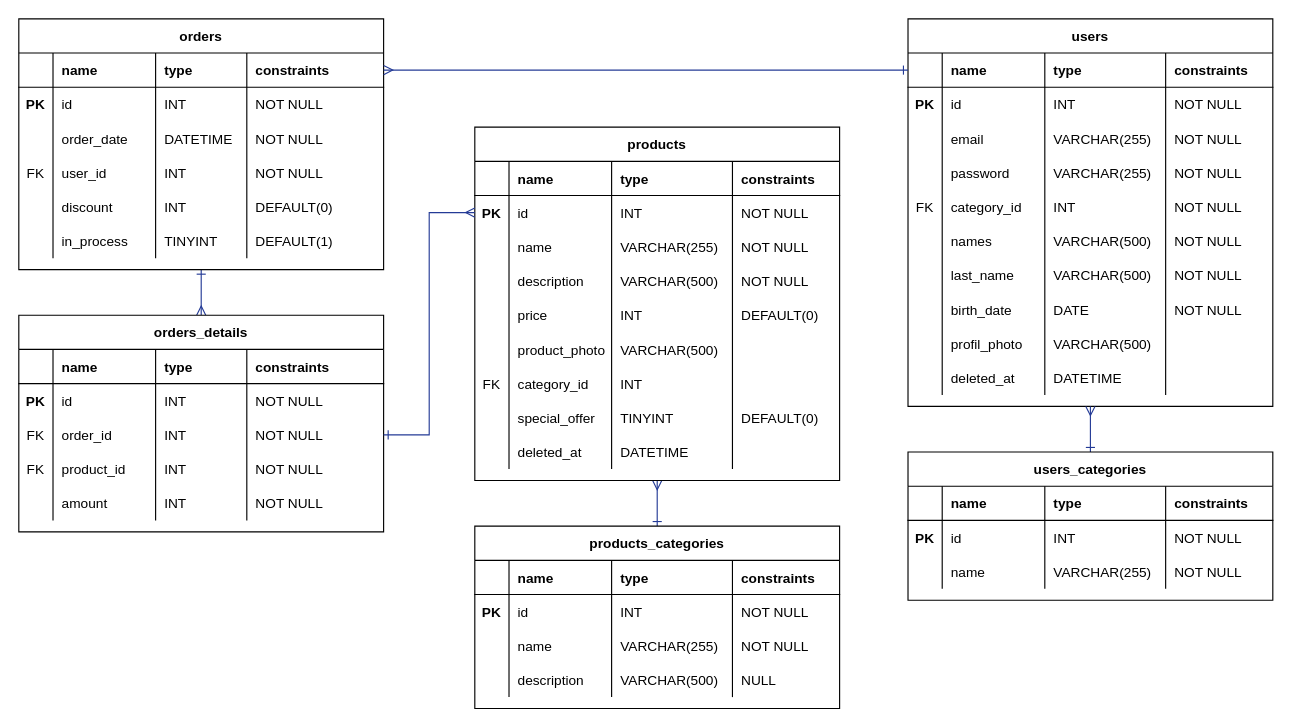
Above: DB Diagram.drawio in 0322CDFSNCN16LAED/grupo-06 (draw.io), before the change. Source tidied: cells renumbered, new cells numbered last; positions are measured from the earlier drawing's top-left corner, leaving out a move shared by most shapes. Both pictures are drawn from the tidied source at 114%, with x=0, y=0 at pixel (18, 18).
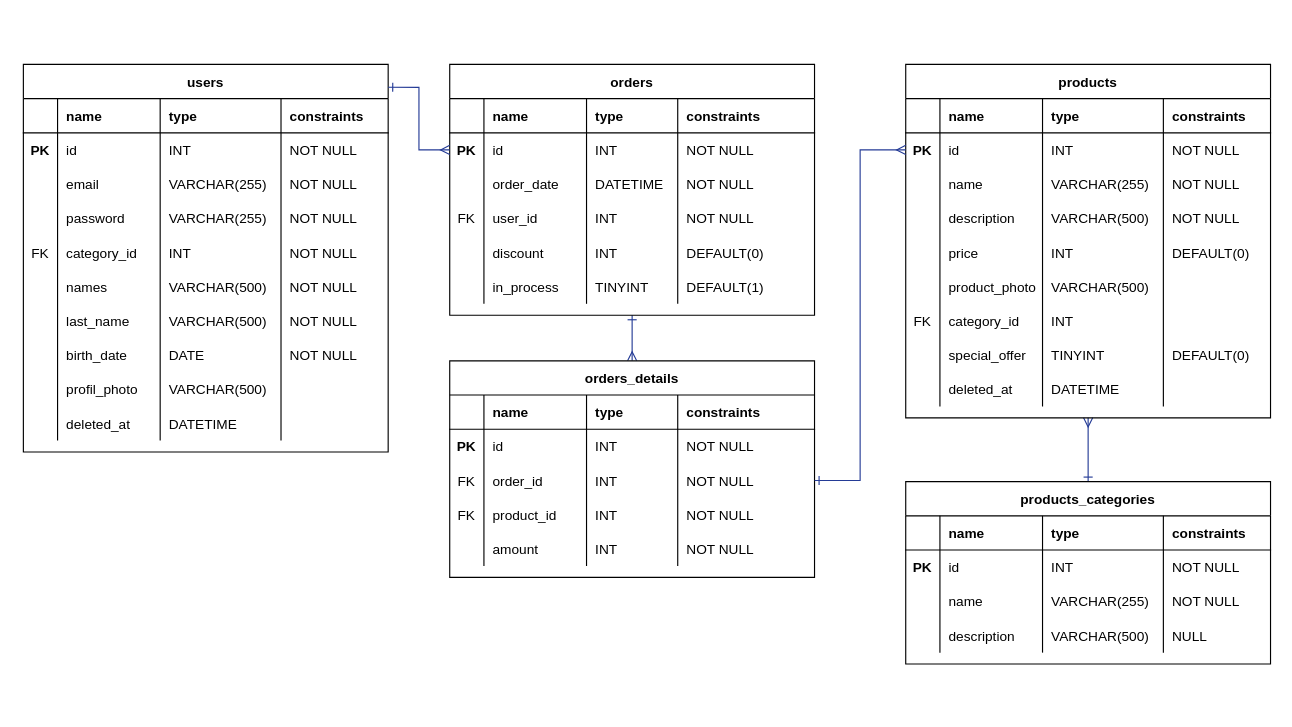
After the change.

Commit message:
Modifiqué el diagrama de la BD acorde a lo ya hecho

Unchanged cells that the change refers to:
```xml
<mxCell id="72" style="shape=partialRectangle;fillColor=none;points=[[0,0.5],[1,0.5]];portConstraint=eastwest;top=0;left=0;right=0;bottom=1;" parent="71" vertex="1">
  <mxGeometry y="30" width="320" height="30" as="geometry" />
</mxCell>
<mxCell id="77" style="shape=partialRectangle;fillColor=none;points=[[0,0.5],[1,0.5]];portConstraint=eastwest;top=0;left=0;right=0;bottom=0;" parent="71" vertex="1">
  <mxGeometry y="60" width="320" height="30" as="geometry" />
</mxCell>
<mxCell id="130" style="shape=partialRectangle;fillColor=none;points=[[0,0.5],[1,0.5]];portConstraint=eastwest;top=0;left=0;right=0;bottom=1;" parent="129" vertex="1">
  <mxGeometry y="30" width="320" height="30" as="geometry" />
</mxCell>
```

The edit, as a diff of the source:
```diff
@@
     <mxCell id="3" value="products" style="shape=table;startSize=30;childLayout=tableLayout;rowLines=0;fontStyle=1;align=center;" parent="1" vertex="1">
-      <mxGeometry x="400" y="95" width="320" height="310" as="geometry" />
+      <mxGeometry x="778" y="40" width="320" height="310" as="geometry" />
     </mxCell>
@@
     <mxCell id="49" value="products_categories" style="shape=table;startSize=30;childLayout=tableLayout;rowLines=0;fontStyle=1;align=center;" parent="1" vertex="1">
-      <mxGeometry x="400" y="445" width="320" height="160" as="geometry" />
+      <mxGeometry x="778" y="406" width="320" height="160" as="geometry" />
     </mxCell>
@@
     <mxCell id="71" value="orders" style="shape=table;startSize=30;childLayout=tableLayout;rowLines=0;fontStyle=1;align=center;" parent="1" vertex="1">
-      <mxGeometry width="320" height="220" as="geometry" />
+      <mxGeometry x="378" y="40" width="320" height="220" as="geometry" />
     </mxCell>
@@
     <mxCell id="102" value="orders_details" style="shape=table;startSize=30;childLayout=tableLayout;rowLines=0;fontStyle=1;align=center;" parent="1" vertex="1">
-      <mxGeometry y="260" width="320" height="190" as="geometry" />
+      <mxGeometry x="378" y="300" width="320" height="190" as="geometry" />
     </mxCell>
@@
     <mxCell id="129" value="users" style="shape=table;startSize=30;childLayout=tableLayout;rowLines=0;fontStyle=1;align=center;" parent="1" vertex="1">
-      <mxGeometry x="780" width="320" height="340" as="geometry" />
+      <mxGeometry x="4" y="40" width="320" height="340" as="geometry" />
     </mxCell>
@@
-    <mxCell id="180" style="edgeStyle=orthogonalEdgeStyle;rounded=0;jettySize=auto;html=1;entryX=0.5;entryY=1;entryDx=0;entryDy=0;startArrow=ERone;startFill=0;endArrow=ERmany;endFill=0;strokeColor=#243B96;" parent="1" edge="1" source="181" target="129">
-      <mxGeometry relative="1" as="geometry" />
-    </mxCell>
-    <mxCell id="181" value="users_categories" style="shape=table;startSize=30;childLayout=tableLayout;rowLines=0;fontStyle=1;align=center;" parent="1" vertex="1">
-      <mxGeometry x="780" y="380" width="320" height="130" as="geometry" />
-    </mxCell>
-    <mxCell id="182" style="shape=partialRectangle;fillColor=none;top=0;left=0;right=0;bottom=1;" parent="181" vertex="1">
-      <mxGeometry y="30" width="320" height="30" as="geometry" />
-    </mxCell>
-    <mxCell id="183" style="shape=partialRectangle;overflow=hidden;fillColor=none;top=0;left=0;bottom=0;right=0;fontStyle=1;" parent="182" vertex="1">
-      <mxGeometry width="30" height="30" as="geometry" />
-    </mxCell>
-    <mxCell id="184" value="name" style="shape=partialRectangle;overflow=hidden;fillColor=none;top=0;left=0;bottom=0;right=0;align=left;spacingLeft=6;fontStyle=1;" parent="182" vertex="1">
-      <mxGeometry x="30" width="90" height="30" as="geometry" />
-    </mxCell>
-    <mxCell id="185" value="type" style="shape=partialRectangle;overflow=hidden;fillColor=none;top=0;left=0;bottom=0;right=0;align=left;spacingLeft=6;fontStyle=1;" parent="182" vertex="1">
-      <mxGeometry x="120" width="106" height="30" as="geometry" />
-    </mxCell>
-    <mxCell id="186" value="constraints" style="shape=partialRectangle;overflow=hidden;fillColor=none;top=0;left=0;bottom=0;right=0;align=left;spacingLeft=6;fontStyle=1;" parent="182" vertex="1">
-      <mxGeometry x="226" width="94" height="30" as="geometry" />
-    </mxCell>
-    <mxCell id="187" style="shape=partialRectangle;fillColor=none;top=0;left=0;right=0;bottom=0;" parent="181" vertex="1">
-      <mxGeometry y="60" width="320" height="30" as="geometry" />
-    </mxCell>
-    <mxCell id="188" value="PK" style="shape=partialRectangle;overflow=hidden;fillColor=none;top=0;left=0;bottom=0;right=0;fontStyle=1;" parent="187" vertex="1">
-      <mxGeometry width="30" height="30" as="geometry" />
-    </mxCell>
-    <mxCell id="189" value="id" style="shape=partialRectangle;overflow=hidden;fillColor=none;top=0;left=0;bottom=0;right=0;align=left;spacingLeft=6;" parent="187" vertex="1">
-      <mxGeometry x="30" width="90" height="30" as="geometry" />
-    </mxCell>
-    <mxCell id="190" value="INT" style="shape=partialRectangle;overflow=hidden;fillColor=none;top=0;left=0;bottom=0;right=0;align=left;spacingLeft=6;" parent="187" vertex="1">
-      <mxGeometry x="120" width="106" height="30" as="geometry" />
-    </mxCell>
-    <mxCell id="191" value="NOT NULL" style="shape=partialRectangle;overflow=hidden;fillColor=none;top=0;left=0;bottom=0;right=0;align=left;spacingLeft=6;" parent="187" vertex="1">
-      <mxGeometry x="226" width="94" height="30" as="geometry" />
-    </mxCell>
-    <mxCell id="192" style="shape=partialRectangle;fillColor=none;top=0;left=0;right=0;bottom=0;" parent="181" vertex="1">
-      <mxGeometry y="90" width="320" height="30" as="geometry" />
-    </mxCell>
-    <mxCell id="193" style="shape=partialRectangle;overflow=hidden;fillColor=none;top=0;left=0;bottom=0;right=0;" parent="192" vertex="1">
-      <mxGeometry width="30" height="30" as="geometry" />
-    </mxCell>
-    <mxCell id="194" value="name" style="shape=partialRectangle;overflow=hidden;fillColor=none;top=0;left=0;bottom=0;right=0;align=left;spacingLeft=6;" parent="192" vertex="1">
-      <mxGeometry x="30" width="90" height="30" as="geometry" />
-    </mxCell>
-    <mxCell id="195" value="VARCHAR(255)" style="shape=partialRectangle;overflow=hidden;fillColor=none;top=0;left=0;bottom=0;right=0;align=left;spacingLeft=6;" parent="192" vertex="1">
-      <mxGeometry x="120" width="106" height="30" as="geometry" />
-    </mxCell>
-    <mxCell id="196" value="NOT NULL" style="shape=partialRectangle;overflow=hidden;fillColor=none;top=0;left=0;bottom=0;right=0;align=left;spacingLeft=6;" parent="192" vertex="1">
-      <mxGeometry x="226" width="94" height="30" as="geometry" />
-    </mxCell>
-    <mxCell id="197" style="rounded=0;jettySize=auto;html=1;startArrow=ERone;startFill=0;endArrow=ERmany;endFill=0;strokeColor=#243B96;entryX=1;entryY=0.5;entryDx=0;entryDy=0;" parent="1" edge="1" source="130" target="72">
+    <mxCell id="197" style="rounded=0;jettySize=auto;html=1;startArrow=ERone;startFill=0;endArrow=ERmany;endFill=0;strokeColor=#243B96;entryX=0;entryY=0.5;entryDx=0;entryDy=0;exitX=1;exitY=0.059;exitDx=0;exitDy=0;exitPerimeter=0;edgeStyle=orthogonalEdgeStyle;" parent="1" edge="1" source="129" target="77">
       <mxGeometry relative="1" as="geometry" />
     </mxCell>
```
